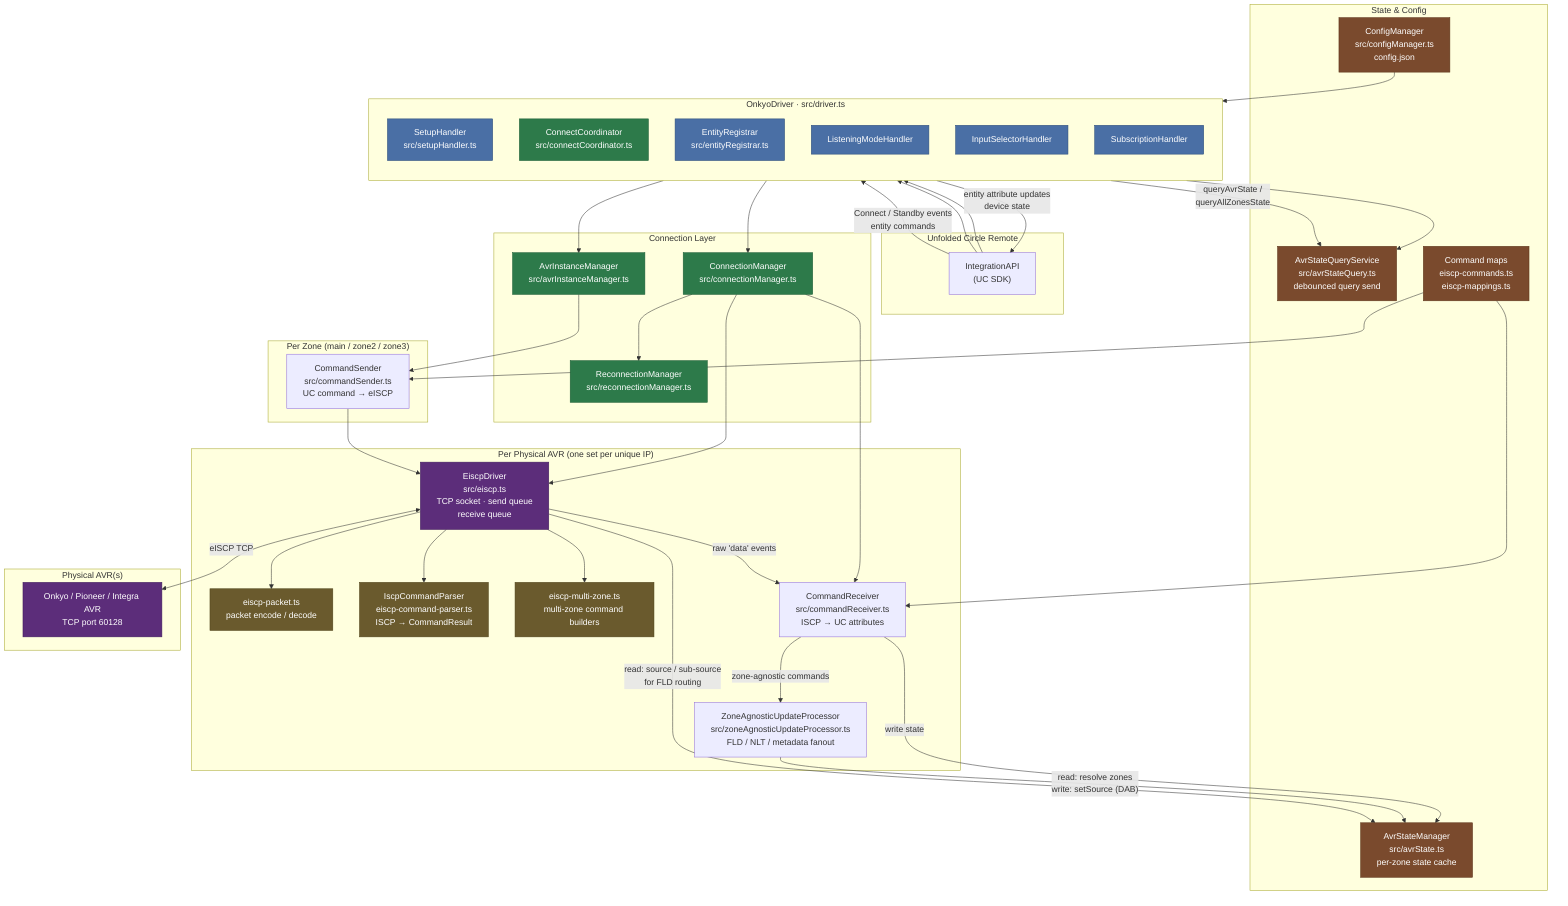
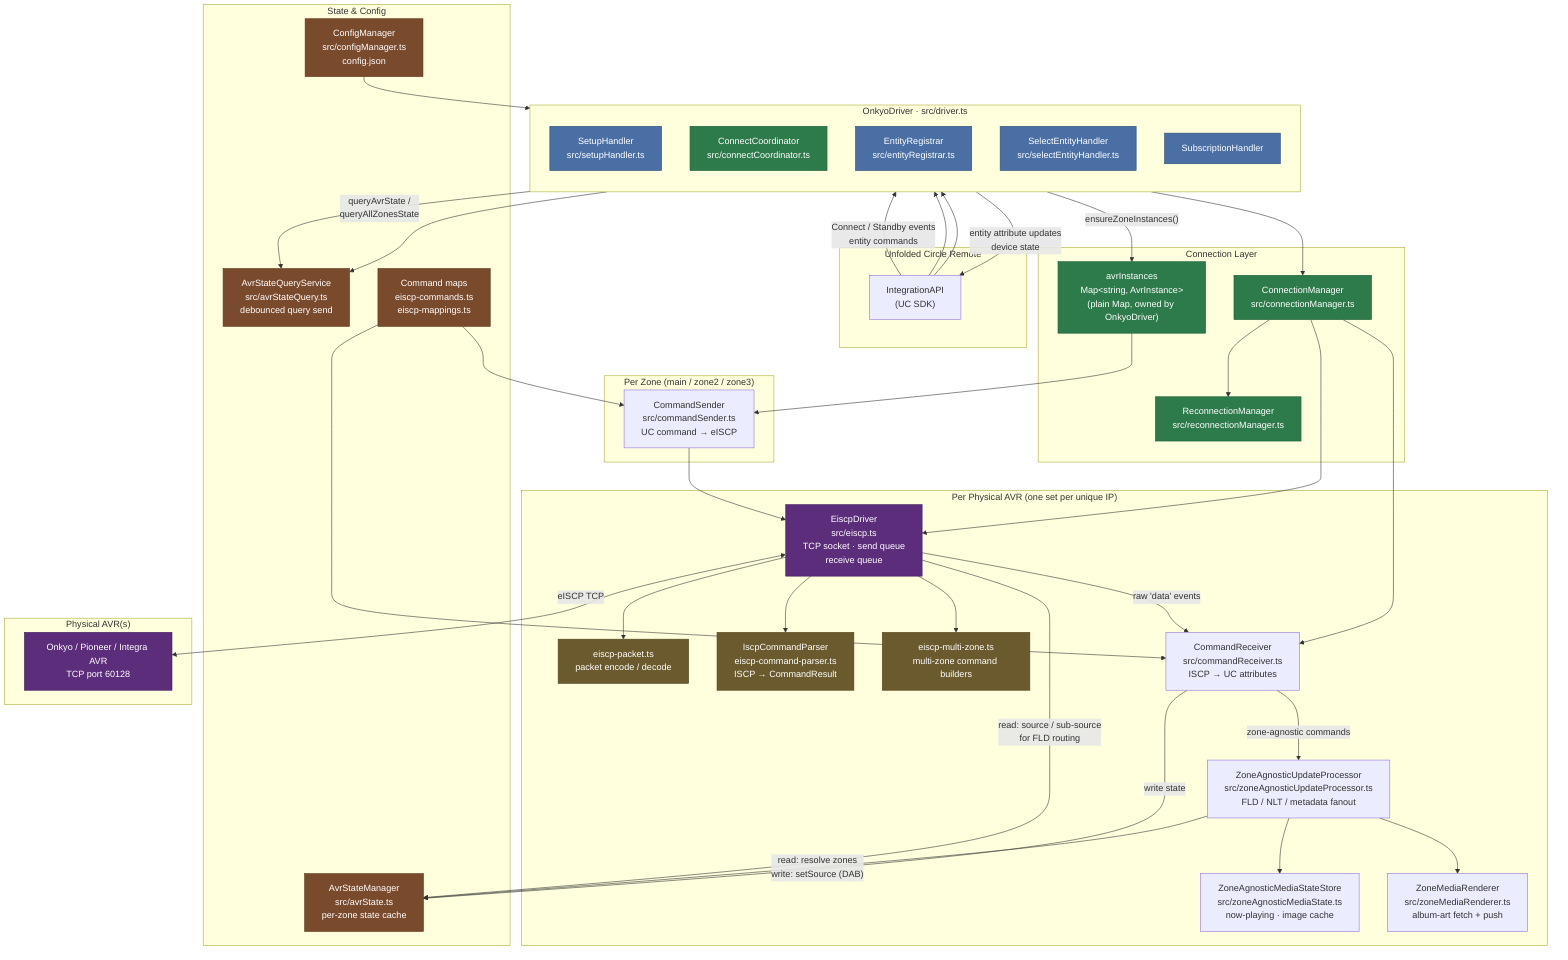
graph TB
    subgraph UC["Unfolded Circle Remote"]
        UCAPI["IntegrationAPI\n(UC SDK)"]
    end

    subgraph Driver["OnkyoDriver  ·  src/driver.ts"]
        direction TB
        SetupH["SetupHandler\nsrc/setupHandler.ts"]
        CC["ConnectCoordinator\nsrc/connectCoordinator.ts"]
        ER["EntityRegistrar\nsrc/entityRegistrar.ts"]
-         LMH["ListeningModeHandler"]
-         ISH["InputSelectorHandler"]
+         SEH["SelectEntityHandler\nsrc/selectEntityHandler.ts"]
        SubH["SubscriptionHandler"]
    end

    subgraph ConnLayer["Connection Layer"]
        CM["ConnectionManager\nsrc/connectionManager.ts"]
        RM["ReconnectionManager\nsrc/reconnectionManager.ts"]
-         AIM["AvrInstanceManager\nsrc/avrInstanceManager.ts"]
+         INSTANCES["avrInstances\nMap&lt;string, AvrInstance&gt;\n(plain Map, owned by OnkyoDriver)"]
    end

    subgraph PerAVR["Per Physical AVR  (one set per unique IP)"]
        EISCP["EiscpDriver\nsrc/eiscp.ts\nTCP socket · send queue\nreceive queue"]
        PKT["eiscp-packet.ts\npacket encode / decode"]
        PARSER["IscpCommandParser\neiscp-command-parser.ts\nISCP → CommandResult"]
        MZONE["eiscp-multi-zone.ts\nmulti-zone command builders"]
        CR["CommandReceiver\nsrc/commandReceiver.ts\nISCP → UC attributes"]
        ZAUP["ZoneAgnosticUpdateProcessor\nsrc/zoneAgnosticUpdateProcessor.ts\nFLD / NLT / metadata fanout"]
+         ZAMSS["ZoneAgnosticMediaStateStore\nsrc/zoneAgnosticMediaState.ts\nnow-playing · image cache"]
+         ZMR["ZoneMediaRenderer\nsrc/zoneMediaRenderer.ts\nalbum-art fetch + push"]
    end

    subgraph PerZone["Per Zone  (main / zone2 / zone3)"]
        CS["CommandSender\nsrc/commandSender.ts\nUC command → eISCP"]
    end

    subgraph State["State & Config"]
        ASM["AvrStateManager\nsrc/avrState.ts\nper-zone state cache"]
        ASQ["AvrStateQueryService\nsrc/avrStateQuery.ts\ndebounced query send"]
        CFG["ConfigManager\nsrc/configManager.ts\nconfig.json"]
        MAPS["Command maps\neiscp-commands.ts\neiscp-mappings.ts"]
    end

    subgraph AVR["Physical AVR(s)"]
        AVRBox["Onkyo / Pioneer / Integra AVR\nTCP port 60128"]
    end

    %% UC ↔ Driver
    UCAPI -- "Connect / Standby events\nentity commands" --> Driver
    Driver -- "entity attribute updates\ndevice state" --> UCAPI

    %% Driver internals
    UCAPI --> SetupH
    UCAPI --> CC
    CC --> CM
-     CC --> AIM
+     CC -- "ensureZoneInstances()" --> INSTANCES
    Driver -- "queryAvrState /\nqueryAllZonesState" --> ASQ

    %% Connection layer
    CM --> EISCP
    CM --> CR
    CM --> RM
-     AIM --> CS
+     INSTANCES --> CS

    %% EiscpDriver sub-modules
    EISCP --> PKT
    EISCP --> PARSER
    EISCP --> MZONE

    %% Per-AVR: receive path
    EISCP -- "raw 'data' events" --> CR
    CR -- "zone-agnostic commands" --> ZAUP
    CR -- "write state" --> ASM
    ZAUP -- "read: resolve zones\nwrite: setSource (DAB)" --> ASM
+     ZAUP --> ZAMSS
+     ZAUP --> ZMR

    %% EiscpDriver reads state for FM/NET routing
    EISCP -- "read: source / sub-source\nfor FLD routing" --> ASM

    %% Per-zone: send path
    CS --> EISCP

    %% SubscriptionHandler queries AVR on subscribe
    SubH --> ASQ

    %% State & Config
    CFG --> Driver
    MAPS --> CR
    MAPS --> CS

    %% AVR TCP
    EISCP <-- "eISCP TCP" --> AVRBox

    %% Style
    classDef entry fill:#4a6fa5,color:#fff,stroke:#2d4e7a
    classDef conn fill:#2d7a4a,color:#fff,stroke:#1a5c34
    classDef data fill:#7a4a2d,color:#fff,stroke:#5c3419
    classDef avr fill:#5c2d7a,color:#fff,stroke:#3e1a5c
-     class CC,CM,RM,AIM conn
+     class CC,CM,RM,INSTANCES conn
    class ASM,ASQ,CFG,MAPS data
    class EISCP,AVRBox avr
    class PKT,PARSER,MZONE util
-     class SetupH,ER,LMH,ISH,SubH entry
+     class SetupH,ER,SEH,SubH entry
    classDef util fill:#6a5a2d,color:#fff,stroke:#4e4219
